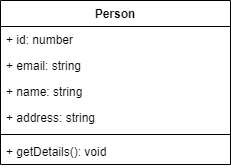
Earlier version of the draw.io export Java Core 11/AirlineReservationSystem.drawio.drawio.png (Ayu-Github07/Assignments). Source tidied: cells renumbered, new cells last; positions are measured from the earlier drawing's top-left corner, leaving out a move shared by most shapes.
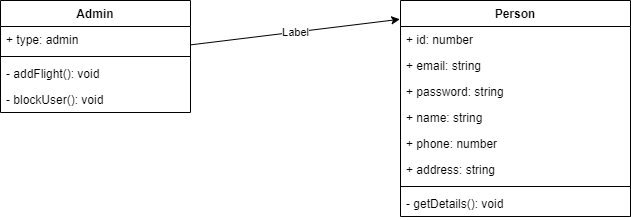
After the change.

Diff of the diagram source:
```diff
@@ -3,7 +3,7 @@
     <mxCell id="0" />
     <mxCell id="1" parent="0" />
     <mxCell id="2" value="Person" style="swimlane;fontStyle=1;align=center;verticalAlign=top;horizontal=1;startSize=26;" parent="1" vertex="1">
-      <mxGeometry width="230" height="164" as="geometry" />
+      <mxGeometry width="230" height="216" as="geometry" />
     </mxCell>
     <mxCell id="3" value="+ id: number&#10;" style="text;strokeColor=none;fillColor=none;align=left;verticalAlign=top;spacingLeft=4;spacingRight=4;overflow=hidden;" parent="2" vertex="1">
       <mxGeometry y="26" width="230" height="26" as="geometry" />
@@ -11,17 +11,44 @@
     <mxCell id="4" value="+ email: string" style="text;strokeColor=none;fillColor=none;align=left;verticalAlign=top;spacingLeft=4;spacingRight=4;overflow=hidden;" parent="2" vertex="1">
       <mxGeometry y="52" width="230" height="26" as="geometry" />
     </mxCell>
+    <mxCell id="9" value="+ password: string" style="text;strokeColor=none;fillColor=none;align=left;verticalAlign=top;spacingLeft=4;spacingRight=4;overflow=hidden;" parent="2" vertex="1">
+      <mxGeometry y="78" width="230" height="26" as="geometry" />
+    </mxCell>
     <mxCell id="5" value="+ name: string" style="text;strokeColor=none;fillColor=none;align=left;verticalAlign=top;spacingLeft=4;spacingRight=4;overflow=hidden;" parent="2" vertex="1">
-      <mxGeometry y="78" width="230" height="26" as="geometry" />
+      <mxGeometry y="104" width="230" height="26" as="geometry" />
     </mxCell>
+    <mxCell id="10" value="+ phone: number" style="text;strokeColor=none;fillColor=none;align=left;verticalAlign=top;spacingLeft=4;spacingRight=4;overflow=hidden;" parent="2" vertex="1">
+      <mxGeometry y="130" width="230" height="26" as="geometry" />
+    </mxCell>
     <mxCell id="6" value="+ address: string" style="text;strokeColor=none;fillColor=none;align=left;verticalAlign=top;spacingLeft=4;spacingRight=4;overflow=hidden;" parent="2" vertex="1">
-      <mxGeometry y="104" width="230" height="26" as="geometry" />
+      <mxGeometry y="156" width="230" height="26" as="geometry" />
     </mxCell>
     <mxCell id="7" style="line;strokeWidth=1;fillColor=none;align=left;verticalAlign=middle;spacingTop=-1;spacingLeft=3;spacingRight=3;labelPosition=right;" parent="2" vertex="1">
-      <mxGeometry y="130" width="230" height="8" as="geometry" />
+      <mxGeometry y="182" width="230" height="8" as="geometry" />
     </mxCell>
-    <mxCell id="8" value="+ getDetails(): void" style="text;strokeColor=none;fillColor=none;align=left;verticalAlign=top;spacingLeft=4;spacingRight=4;overflow=hidden;" parent="2" vertex="1">
-      <mxGeometry y="138" width="230" height="26" as="geometry" />
+    <mxCell id="8" value="- getDetails(): void" style="text;strokeColor=none;fillColor=none;align=left;verticalAlign=top;spacingLeft=4;spacingRight=4;overflow=hidden;" parent="2" vertex="1">
+      <mxGeometry y="190" width="230" height="26" as="geometry" />
     </mxCell>
+    <mxCell id="11" value="Admin" style="swimlane;fontStyle=1;align=center;verticalAlign=top;horizontal=1;startSize=26;" parent="1" vertex="1">
+      <mxGeometry x="-400" width="190" height="112" as="geometry" />
+    </mxCell>
+    <mxCell id="12" value="+ type: admin" style="text;strokeColor=none;fillColor=none;align=left;verticalAlign=top;spacingLeft=4;spacingRight=4;overflow=hidden;" parent="11" vertex="1">
+      <mxGeometry y="26" width="190" height="26" as="geometry" />
+    </mxCell>
+    <mxCell id="13" style="line;strokeWidth=1;fillColor=none;align=left;verticalAlign=middle;spacingTop=-1;spacingLeft=3;spacingRight=3;labelPosition=right;" parent="11" vertex="1">
+      <mxGeometry y="52" width="190" height="8" as="geometry" />
+    </mxCell>
+    <mxCell id="14" value="- addFlight(): void" style="text;strokeColor=none;fillColor=none;align=left;verticalAlign=top;spacingLeft=4;spacingRight=4;overflow=hidden;" parent="11" vertex="1">
+      <mxGeometry y="60" width="190" height="26" as="geometry" />
+    </mxCell>
+    <mxCell id="15" value="- blockUser(): void" style="text;strokeColor=none;fillColor=none;align=left;verticalAlign=top;spacingLeft=4;spacingRight=4;overflow=hidden;" parent="11" vertex="1">
+      <mxGeometry y="86" width="190" height="26" as="geometry" />
+    </mxCell>
+    <mxCell id="16" style="endArrow=classic;html=1;rounded=0;entryX=-0.003;entryY=0.087;entryDx=0;entryDy=0;entryPerimeter=0;" parent="1" edge="1" source="11" target="2">
+      <mxGeometry relative="1" as="geometry" />
+    </mxCell>
+    <mxCell id="17" value="Label" style="edgeLabel;html=1;align=center;verticalAlign=middle;" parent="16" vertex="1">
+      <mxGeometry relative="1" as="geometry" />
+    </mxCell>
   </root>
 </mxGraphModel>
```
